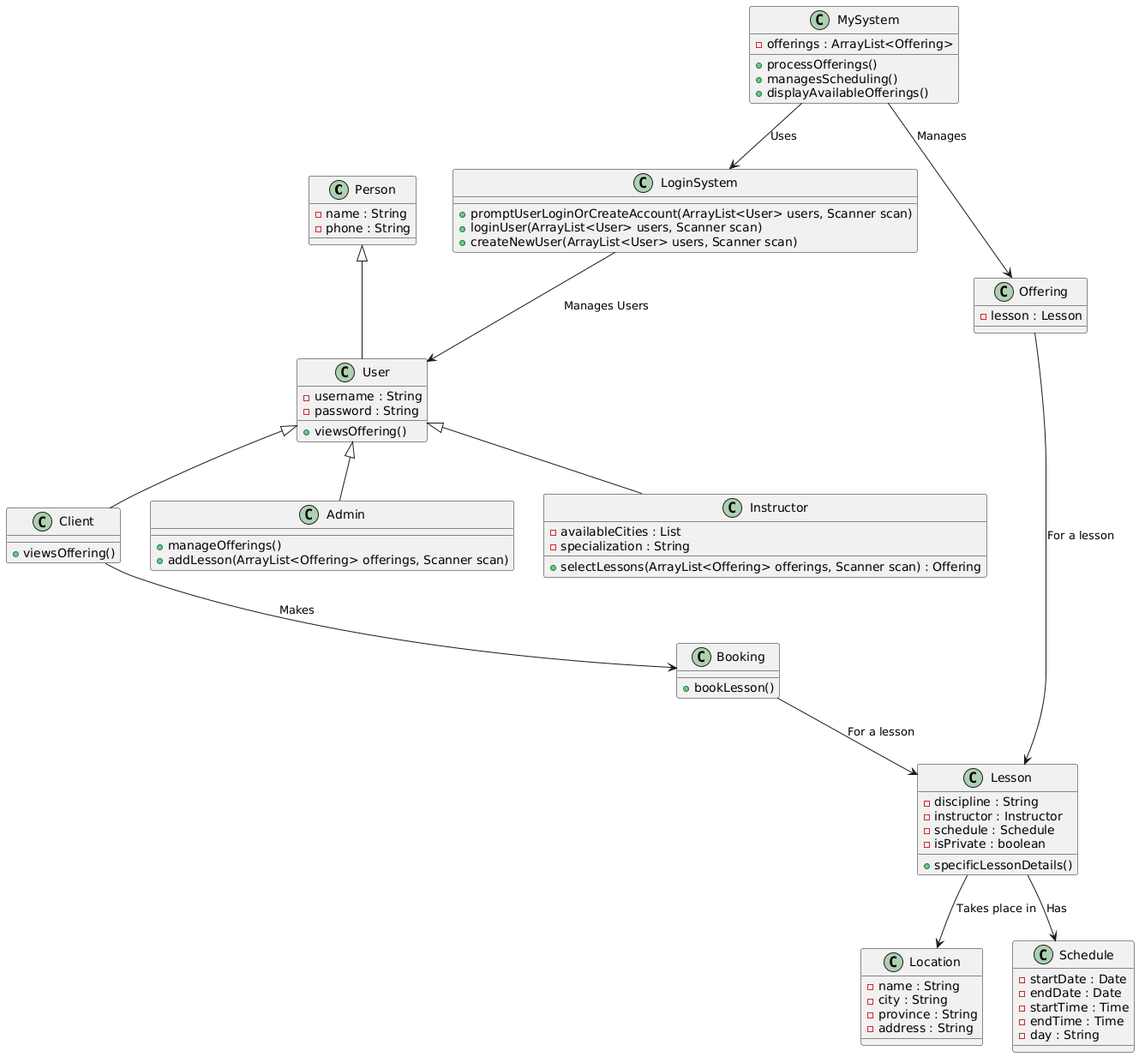
This is Diagrams/ClassDiagram.png from ABALkhabbaz/LessonSchedulingSystem, a PlantUML export, as it was before one commit.
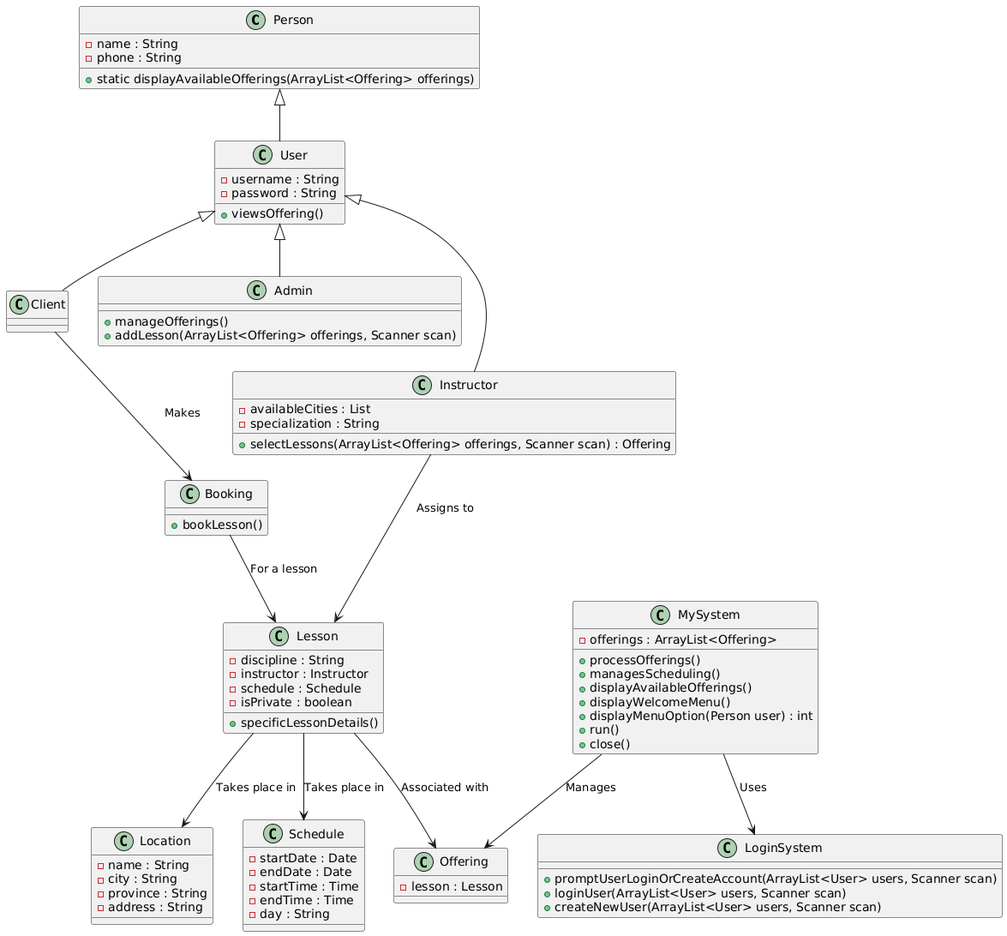
Above is the later version.

Commit message:
Updated Class Diagram

What changed in the source:
```diff
@@ -1,85 +1,88 @@
 @startuml
 class Person {
-    -name : String
-    -phone : String
+    - name : String
+    - phone : String
+    + static displayAvailableOfferings(ArrayList<Offering> offerings)
 }
 
 class User {
-    -username : String
-    -password : String
-    +viewsOffering()
+    - username : String
+    - password : String
+    + viewsOffering()
 }
 
 class Client {
-    +viewsOffering()
 }
 
 class Admin {
-    +manageOfferings()
-    +addLesson(ArrayList<Offering> offerings, Scanner scan)
+    + manageOfferings()
+    + addLesson(ArrayList<Offering> offerings, Scanner scan)
 }
 
 class Instructor {
-    -availableCities : List
-    -specialization : String
-    +selectLessons(ArrayList<Offering> offerings, Scanner scan) : Offering
+    - availableCities : List
+    - specialization : String
+    + selectLessons(ArrayList<Offering> offerings, Scanner scan) : Offering
+}
+
+class Booking {
+    + bookLesson()
+}
+
+class Lesson {
+    - discipline : String
+    - instructor : Instructor
+    - schedule : Schedule
+    - isPrivate : boolean
+    + specificLessonDetails()
+}
+
+class Location {
+    - name : String
+    - city : String
+    - province : String
+    - address : String
+}
+
+class Schedule {
+    - startDate : Date
+    - endDate : Date
+    - startTime : Time
+    - endTime : Time
+    - day : String
+}
+
+class Offering {
+    - lesson : Lesson
 }
 
 class MySystem {
-    -offerings : ArrayList<Offering>
-    +processOfferings()
-    +managesScheduling()
-    +displayAvailableOfferings()
+    - offerings : ArrayList<Offering>
+    + processOfferings()
+    + managesScheduling()
+    + displayAvailableOfferings()
+    + displayWelcomeMenu()
+    + displayMenuOption(Person user) : int
+    + run()
+    + close()
 }
 
 class LoginSystem {
-    +promptUserLoginOrCreateAccount(ArrayList<User> users, Scanner scan)
-    +loginUser(ArrayList<User> users, Scanner scan)
-    +createNewUser(ArrayList<User> users, Scanner scan)
-}
-
-class Offering {
-    -lesson : Lesson
-}
-
-class Lesson {
-    -discipline : String
-    -instructor : Instructor
-    -schedule : Schedule
-    -isPrivate : boolean
-    +specificLessonDetails()
-}
-
-class Location {
-    -name : String
-    -city : String
-    -province : String
-    -address : String
-}
-
-class Schedule {
-    -startDate : Date
-    -endDate : Date
-    -startTime : Time
-    -endTime : Time
-    -day : String
-}
-
-class Booking {
-    +bookLesson()
+    + promptUserLoginOrCreateAccount(ArrayList<User> users, Scanner scan)
+    + loginUser(ArrayList<User> users, Scanner scan)
+    + createNewUser(ArrayList<User> users, Scanner scan)
 }
 
 Person <|-- User
 User <|-- Client
 User <|-- Admin
 User <|-- Instructor
-
-MySystem --> Offering : "Manages"
-Offering --> Lesson : "For a lesson"
-Lesson --> Location : "Takes place in"
-Lesson --> Schedule : "Has"
-Client --> Booking : "Makes"
-Booking --> Lesson : "For a lesson"
-MySystem --> LoginSystem : "Uses"
-LoginSystem --> User : "Manages Users"
+Client --> Booking : Makes
+Instructor --> Lesson : Assigns to
+Lesson --> Schedule : Takes place in
+Lesson --> Location : Takes place in
+Lesson --> Offering : Associated with
+MySystem --> LoginSystem : Uses
+MySystem --> Offering : Manages
+Booking --> Lesson : For a lesson
 @enduml
```
